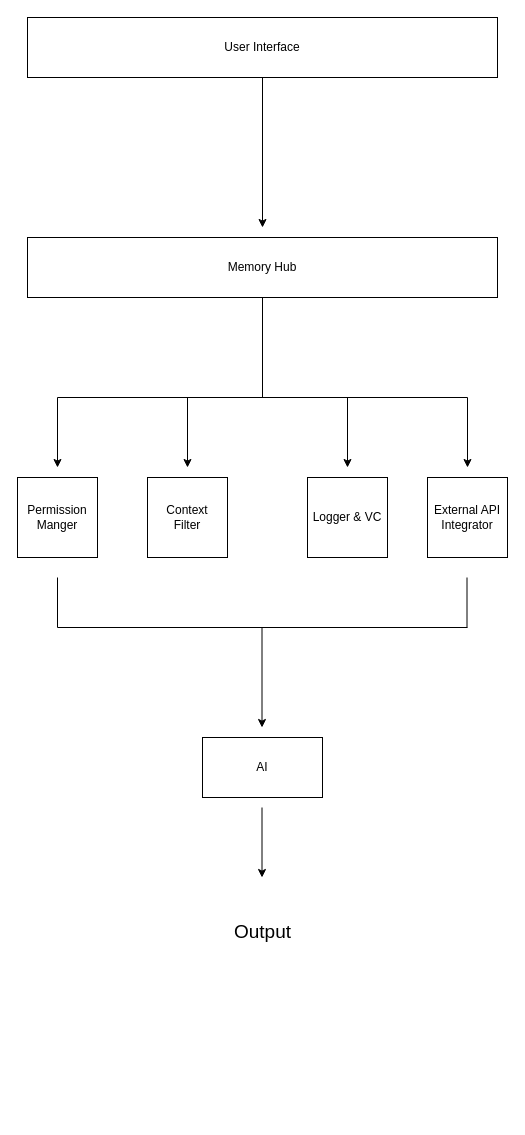
The draw.io diagram memoryhub_diagram.drawio in Michael1004-ship/memoryhub, before the edit. Source tidied: cells renumbered, new cells numbered last; positions are measured from the earlier drawing's top-left corner, leaving out a move shared by most shapes. Both pictures are drawn from the tidied source at 100%, with x=0, y=0 at pixel (17, 17).
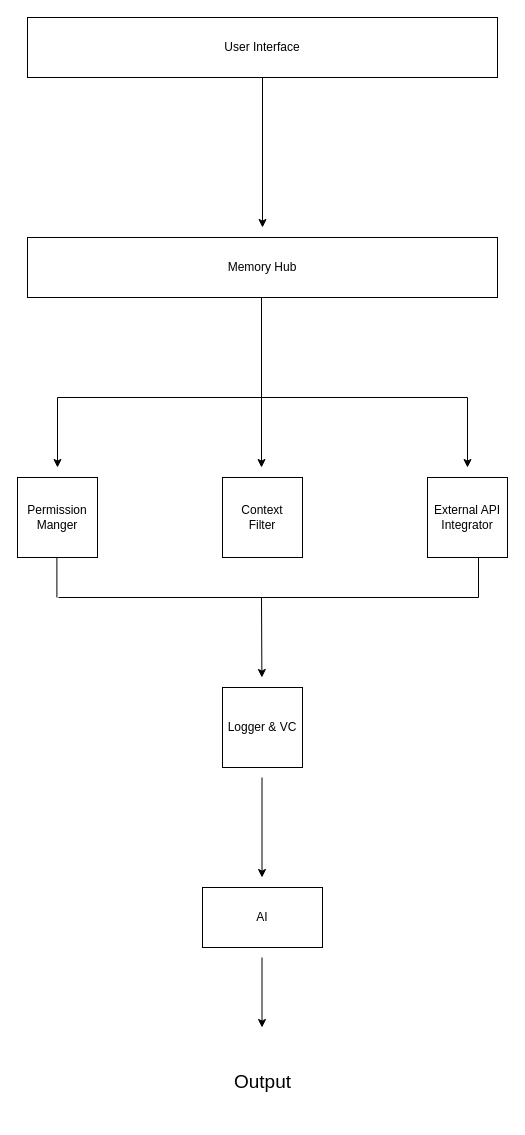
Above is the later version.

Unchanged cells that the change refers to:
```xml
<mxCell id="4" value="Memory Hub" style="rounded=0;whiteSpace=wrap;html=1;" parent="1" vertex="1">
  <mxGeometry x="10" y="220" width="470" height="60" as="geometry" />
</mxCell>
```

Diff of the diagram source:
```diff
@@
-    <mxCell id="5" style="endArrow=none;html=1;rounded=0;entryX=0.5;entryY=1;entryDx=0;entryDy=0;" parent="1" edge="1" target="4">
+    <mxCell id="5" style="endArrow=none;html=1;rounded=0;entryX=0.5;entryY=1;entryDx=0;entryDy=0;" parent="1" edge="1">
       <mxGeometry relative="1" as="geometry">
-        <mxPoint x="245" y="380" as="sourcePoint" />
+        <mxPoint x="244" y="380" as="sourcePoint" />
+        <mxPoint x="244" y="280" as="targetPoint" />
       </mxGeometry>
     </mxCell>
@@
     <mxCell id="8" style="endArrow=classic;html=1;rounded=0;" parent="1" edge="1">
       <mxGeometry relative="1" as="geometry">
-        <mxPoint x="170" y="380" as="sourcePoint" />
-        <mxPoint x="170" y="450" as="targetPoint" />
+        <mxPoint x="244" y="380" as="sourcePoint" />
+        <mxPoint x="244" y="450" as="targetPoint" />
       </mxGeometry>
     </mxCell>
@@
     <mxCell id="10" style="endArrow=classic;html=1;rounded=0;" parent="1" edge="1">
       <mxGeometry relative="1" as="geometry">
-        <mxPoint x="330" y="380" as="sourcePoint" />
-        <mxPoint x="330" y="450" as="targetPoint" />
+        <mxPoint x="244" y="580" as="sourcePoint" />
+        <mxPoint x="244.4" y="660" as="targetPoint" />
       </mxGeometry>
     </mxCell>
@@
     <mxCell id="12" value="Context&lt;div&gt;Filter&lt;/div&gt;" style="whiteSpace=wrap;html=1;" parent="1" vertex="1">
-      <mxGeometry x="130" y="460" width="80" height="80" as="geometry" />
+      <mxGeometry x="205" y="460" width="80" height="80" as="geometry" />
     </mxCell>
     <mxCell id="13" value="Logger &amp;amp; VC" style="whiteSpace=wrap;html=1;" parent="1" vertex="1">
-      <mxGeometry x="290" y="460" width="80" height="80" as="geometry" />
+      <mxGeometry x="205" y="670" width="80" height="80" as="geometry" />
     </mxCell>
@@
-    <mxCell id="15" style="endArrow=none;html=1;rounded=0;" parent="1" edge="1">
-      <mxGeometry relative="1" as="geometry">
-        <mxPoint x="40" y="610" as="sourcePoint" />
-        <mxPoint x="40" y="560" as="targetPoint" />
-      </mxGeometry>
-    </mxCell>
-    <mxCell id="16" style="endArrow=none;html=1;rounded=0;" parent="1" edge="1">
-      <mxGeometry relative="1" as="geometry">
-        <mxPoint x="449.5" y="610" as="sourcePoint" />
-        <mxPoint x="449.5" y="560" as="targetPoint" />
-      </mxGeometry>
-    </mxCell>
-    <mxCell id="17" style="endArrow=none;html=1;rounded=0;" parent="1" edge="1">
-      <mxGeometry relative="1" as="geometry">
-        <mxPoint x="40" y="610" as="sourcePoint" />
-        <mxPoint x="450" y="610" as="targetPoint" />
-      </mxGeometry>
-    </mxCell>
     <mxCell id="18" style="endArrow=classic;html=1;rounded=0;" parent="1" edge="1">
       <mxGeometry relative="1" as="geometry">
-        <mxPoint x="244.5" y="610" as="sourcePoint" />
-        <mxPoint x="244.5" y="710" as="targetPoint" />
+        <mxPoint x="244.5" y="760" as="sourcePoint" />
+        <mxPoint x="244.5" y="860" as="targetPoint" />
       </mxGeometry>
     </mxCell>
     <mxCell id="19" value="AI" style="rounded=0;whiteSpace=wrap;html=1;" parent="1" vertex="1">
-      <mxGeometry x="185" y="720" width="120" height="60" as="geometry" />
+      <mxGeometry x="185" y="870" width="120" height="60" as="geometry" />
     </mxCell>
     <mxCell id="20" style="endArrow=classic;html=1;rounded=0;" parent="1" edge="1">
       <mxGeometry relative="1" as="geometry">
-        <mxPoint x="244.5" y="790" as="sourcePoint" />
-        <mxPoint x="244.5" y="860" as="targetPoint" />
+        <mxPoint x="244.5" y="940" as="sourcePoint" />
+        <mxPoint x="244.5" y="1010" as="targetPoint" />
       </mxGeometry>
     </mxCell>
     <mxCell id="21" value="&lt;font style=&quot;font-size: 19px;&quot;&gt;Output&lt;/font&gt;" style="text;html=1;align=center;verticalAlign=middle;whiteSpace=wrap;rounded=0;" parent="1" vertex="1">
-      <mxGeometry x="172.5" y="880" width="145" height="70" as="geometry" />
+      <mxGeometry x="172.5" y="1030" width="145" height="70" as="geometry" />
     </mxCell>
+    <mxCell id="22" style="endArrow=none;html=1;rounded=0;" parent="1" edge="1">
+      <mxGeometry relative="1" as="geometry">
+        <mxPoint x="39.4" y="580" as="sourcePoint" />
+        <mxPoint x="39.4" y="540" as="targetPoint" />
+      </mxGeometry>
+    </mxCell>
+    <mxCell id="23" style="endArrow=none;html=1;rounded=0;" parent="1" edge="1">
+      <mxGeometry relative="1" as="geometry">
+        <mxPoint x="461" y="580" as="sourcePoint" />
+        <mxPoint x="461" y="540" as="targetPoint" />
+      </mxGeometry>
+    </mxCell>
+    <mxCell id="24" style="endArrow=none;html=1;rounded=0;" parent="1" edge="1">
+      <mxGeometry relative="1" as="geometry">
+        <mxPoint x="41" y="580" as="sourcePoint" />
+        <mxPoint x="461" y="580" as="targetPoint" />
+      </mxGeometry>
+    </mxCell>
```
